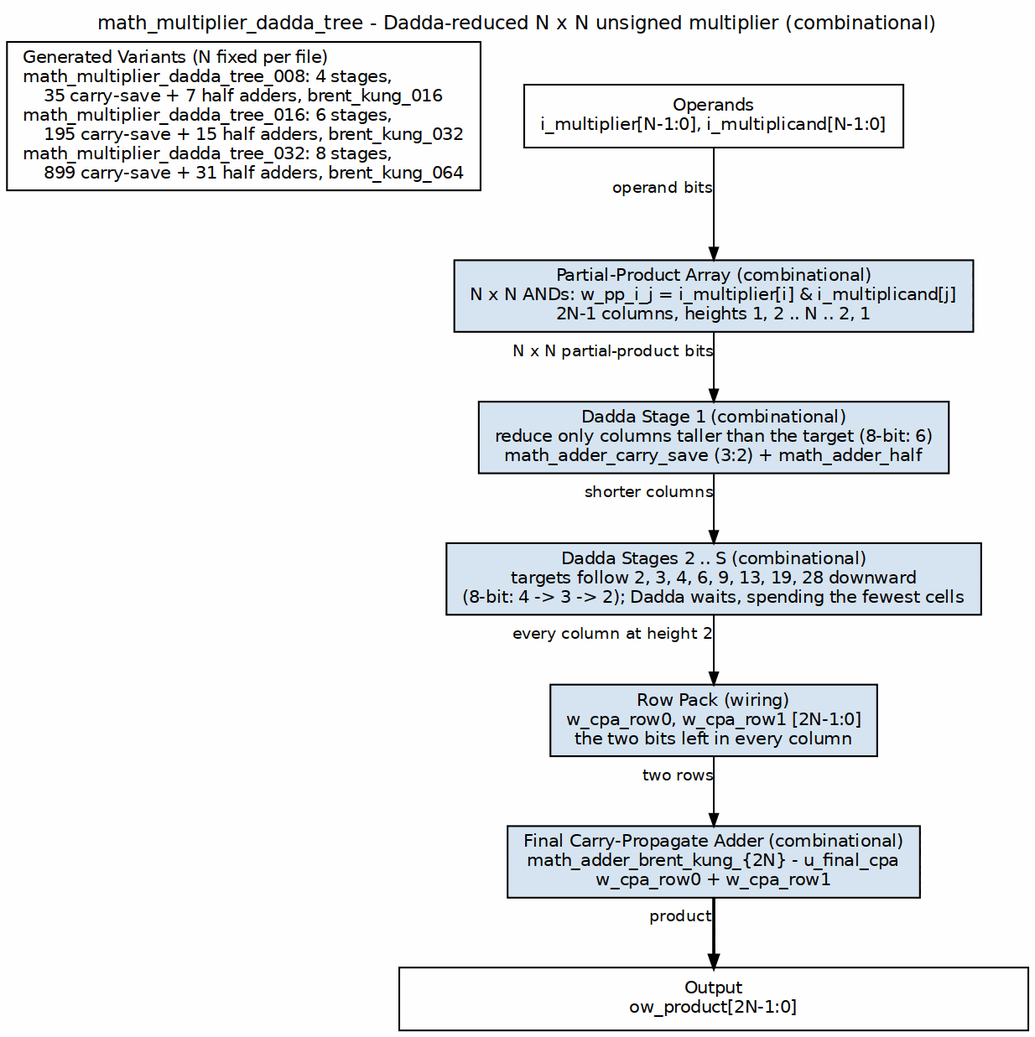
Before: docs/markdown/assets/rtl-math/graphviz/math_multiplier_dadda_tree.png, a diagram exported from Graphviz (sean-galloway/RTLDesignSherpa). Its source is kept beside it as docs/markdown/assets/rtl-math/graphviz/math_multiplier_dadda_tree.dot. Source of this version:
```dot
digraph math_multiplier_dadda_tree {
    graph [rankdir=TB, bgcolor="white", fontname="Helvetica", fontsize=11,
           nodesep="0.35", ranksep="0.55", splines=ortho, newrank=true,
           labelloc=t, labeljust=c];
    node  [fontname="Helvetica", fontsize=10, shape=box, style=filled,
           fillcolor="#D6E4F0", color="black", margin="0.12,0.06"];
    edge  [fontname="Helvetica", fontsize=9, color="black", arrowsize=0.7];
    label="math_multiplier_dadda_tree - Dadda-reduced N x N unsigned multiplier (combinational)";

    node [group=M];
    ops  [label="Operands\ni_multiplier[N-1:0], i_multiplicand[N-1:0]", fillcolor="white"];
    pp   [label="Partial-Product Array (combinational)\nN x N ANDs: w_pp_i_j = i_multiplier[i] & i_multiplicand[j]\n2N-1 columns, heights 1, 2 .. N .. 2, 1"];
    s1   [label="Dadda Stage 1 (combinational)\nreduce only columns taller than the target (8-bit: 6)\nmath_adder_carry_save (3:2) + math_adder_half"];
    sr   [label="Dadda Stages 2 .. S (combinational)\ntargets follow 2, 3, 4, 6, 9, 13, 19, 28 downward\n(8-bit: 4 -> 3 -> 2); Dadda waits, spending the fewest cells"];
    pack [label="Row Pack (wiring)\nw_cpa_row0, w_cpa_row1 [2N-1:0]\nthe two bits left in every column"];
    cpa  [label="Final Carry-Propagate Adder (combinational)\nmath_adder_brent_kung_{2N} - u_final_cpa\nw_cpa_row0 + w_cpa_row1"];
    bar  [label="Output\now_product[2N-1:0]", fillcolor="white", width=5.0];
    node [group=""];

    var  [label="Generated Variants (N fixed per file)\lmath_multiplier_dadda_tree_008: 4 stages,\l    35 carry-save + 7 half adders, brent_kung_016\lmath_multiplier_dadda_tree_016: 6 stages,\l    195 carry-save + 15 half adders, brent_kung_032\lmath_multiplier_dadda_tree_032: 8 stages,\l    899 carry-save + 31 half adders, brent_kung_064\l", fillcolor="white"];

    ops  -> pp   [xlabel="operand bits"];
    pp   -> s1   [xlabel="N x N partial-product bits"];
    s1   -> sr   [xlabel="shorter columns"];
    sr   -> pack [xlabel="every column at height 2"];
    pack -> cpa  [xlabel="two rows"];
    cpa  -> bar  [xlabel="product", penwidth=1.8];

    { rank=same; var; ops; }
    var -> ops [style=invis];
}
```
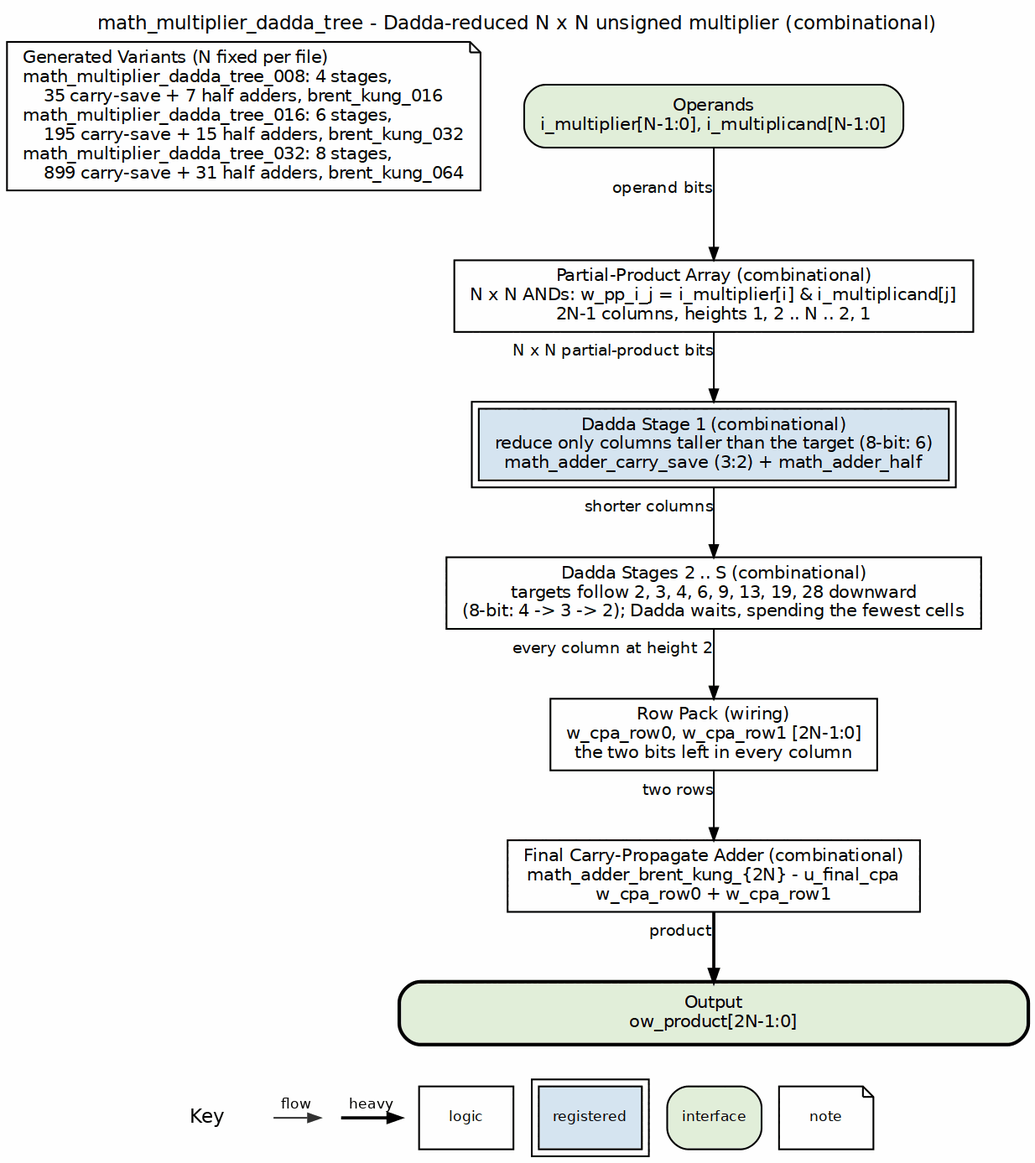
The same file after the commit.

Change to the diagram source:
```diff
@@ -3,21 +3,21 @@
            nodesep="0.35", ranksep="0.55", splines=ortho, newrank=true,
            labelloc=t, labeljust=c];
     node  [fontname="Helvetica", fontsize=10, shape=box, style=filled,
-           fillcolor="#D6E4F0", color="black", margin="0.12,0.06"];
+           fillcolor="white", color="black", margin="0.12,0.06"];
     edge  [fontname="Helvetica", fontsize=9, color="black", arrowsize=0.7];
     label="math_multiplier_dadda_tree - Dadda-reduced N x N unsigned multiplier (combinational)";
 
     node [group=M];
-    ops  [label="Operands\ni_multiplier[N-1:0], i_multiplicand[N-1:0]", fillcolor="white"];
-    pp   [label="Partial-Product Array (combinational)\nN x N ANDs: w_pp_i_j = i_multiplier[i] & i_multiplicand[j]\n2N-1 columns, heights 1, 2 .. N .. 2, 1"];
-    s1   [label="Dadda Stage 1 (combinational)\nreduce only columns taller than the target (8-bit: 6)\nmath_adder_carry_save (3:2) + math_adder_half"];
-    sr   [label="Dadda Stages 2 .. S (combinational)\ntargets follow 2, 3, 4, 6, 9, 13, 19, 28 downward\n(8-bit: 4 -> 3 -> 2); Dadda waits, spending the fewest cells"];
-    pack [label="Row Pack (wiring)\nw_cpa_row0, w_cpa_row1 [2N-1:0]\nthe two bits left in every column"];
-    cpa  [label="Final Carry-Propagate Adder (combinational)\nmath_adder_brent_kung_{2N} - u_final_cpa\nw_cpa_row0 + w_cpa_row1"];
-    bar  [label="Output\now_product[2N-1:0]", fillcolor="white", width=5.0];
+    ops  [label="Operands\ni_multiplier[N-1:0], i_multiplicand[N-1:0]", fillcolor="white", style="rounded,filled", fillcolor="#E2EFDA"];
+    pp   [label="Partial-Product Array (combinational)\nN x N ANDs: w_pp_i_j = i_multiplier[i] & i_multiplicand[j]\n2N-1 columns, heights 1, 2 .. N .. 2, 1", style="filled", fillcolor="white"];
+    s1   [label="Dadda Stage 1 (combinational)\nreduce only columns taller than the target (8-bit: 6)\nmath_adder_carry_save (3:2) + math_adder_half", peripheries=2, style="filled", fillcolor="#D6E4F0"];
+    sr   [label="Dadda Stages 2 .. S (combinational)\ntargets follow 2, 3, 4, 6, 9, 13, 19, 28 downward\n(8-bit: 4 -> 3 -> 2); Dadda waits, spending the fewest cells", style="filled", fillcolor="white"];
+    pack [label="Row Pack (wiring)\nw_cpa_row0, w_cpa_row1 [2N-1:0]\nthe two bits left in every column", style="filled", fillcolor="white"];
+    cpa  [label="Final Carry-Propagate Adder (combinational)\nmath_adder_brent_kung_{2N} - u_final_cpa\nw_cpa_row0 + w_cpa_row1", style="filled", fillcolor="white"];
+    bar  [label="Output\now_product[2N-1:0]", fillcolor="white", width=5.0, style="rounded,filled,bold", fillcolor="#E2EFDA"];
     node [group=""];
 
-    var  [label="Generated Variants (N fixed per file)\lmath_multiplier_dadda_tree_008: 4 stages,\l    35 carry-save + 7 half adders, brent_kung_016\lmath_multiplier_dadda_tree_016: 6 stages,\l    195 carry-save + 15 half adders, brent_kung_032\lmath_multiplier_dadda_tree_032: 8 stages,\l    899 carry-save + 31 half adders, brent_kung_064\l", fillcolor="white"];
+    var  [label="Generated Variants (N fixed per file)\lmath_multiplier_dadda_tree_008: 4 stages,\l    35 carry-save + 7 half adders, brent_kung_016\lmath_multiplier_dadda_tree_016: 6 stages,\l    195 carry-save + 15 half adders, brent_kung_032\lmath_multiplier_dadda_tree_032: 8 stages,\l    899 carry-save + 31 half adders, brent_kung_064\l", fillcolor="white", shape=note];
 
     ops  -> pp   [xlabel="operand bits"];
     pp   -> s1   [xlabel="N x N partial-product bits"];
```
